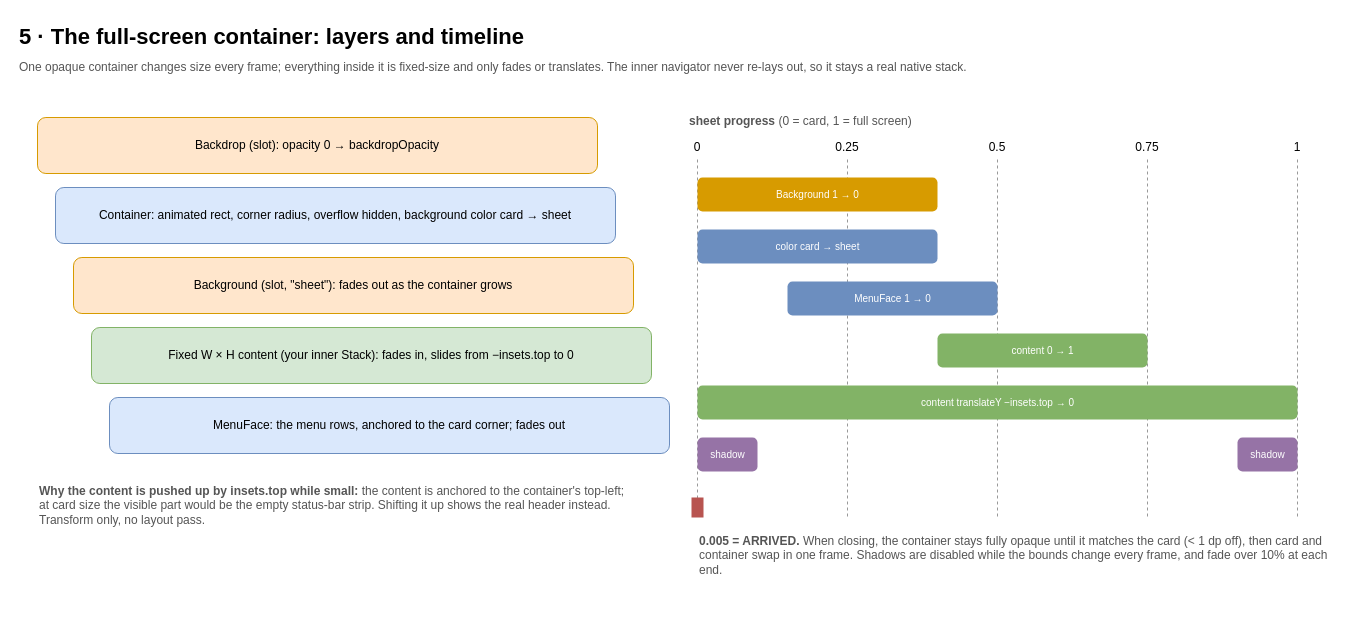
The draw.io diagram page "5 · Container: layers and timeline" (5 of 7) of docs/diagrams/expo-morph-menu.en.drawio in anhtuank7c/expo-morph-menu, before the edit. Source tidied: cells renumbered, new cells numbered last; positions are measured from the earlier drawing's top-left corner, leaving out a move shared by most shapes. Both pictures are drawn from the tidied source at 100%, with x=0, y=0 at pixel (17, 17).
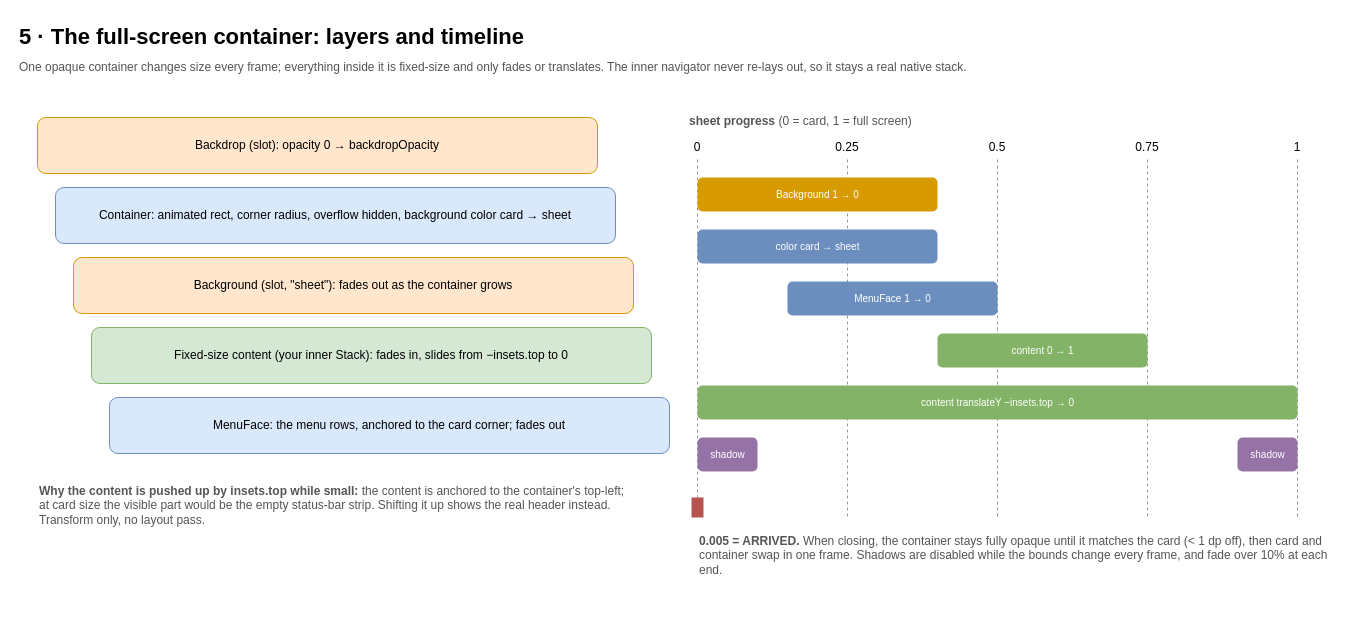
Above is the later version.

Diff of the diagram source:
```diff
@@
-    <mxCell id="7" value="Fixed W × H content (your inner Stack): fades in, slides from −insets.top to 0" style="rounded=1;whiteSpace=wrap;html=1;fillColor=#d5e8d4;strokeColor=#82b366;" parent="1" vertex="1">
+    <mxCell id="7" value="Fixed-size content (your inner Stack): fades in, slides from −insets.top to 0" style="rounded=1;whiteSpace=wrap;html=1;fillColor=#d5e8d4;strokeColor=#82b366;" parent="1" vertex="1">
       <mxGeometry x="74" y="310" width="560" height="56" as="geometry" />
     </mxCell>
```
